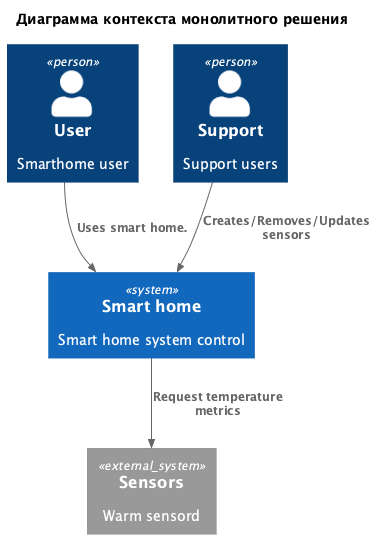
The PlantUML diagram schemas/context/monolit.png in Yurtaevtv/architector-pro-warmhouse, before a commit.
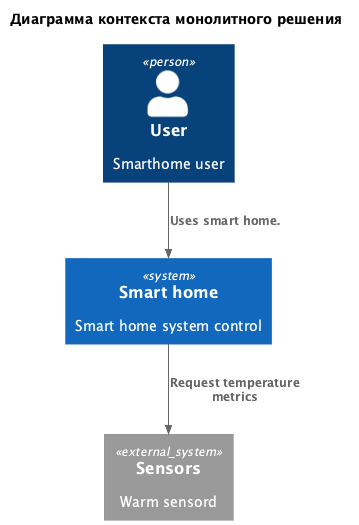
After the commit.

Commit message:
monolit puml without support

What changed in the source:
```diff
@@ -7,13 +7,12 @@
 !includeurl https://raw.githubusercontent.com/RicardoNiepel/C4-PlantUML/master/C4_Component.puml
 
 Person(user, "User", "Smarthome user")
-Person(support, "Support", "Support users")
 System(SmartHome, "Smart home", "Smart home system control")
 System_Ext(sensors, "Sensors", "Warm sensord")
 
 
 Rel(SmartHome, sensors,  "Request temperature metrics")
 Rel(user, SmartHome,  "Uses smart home. ")
-Rel(support, SmartHome,  "Creates/Removes/Updates sensors")
+
 
 @enduml
```
